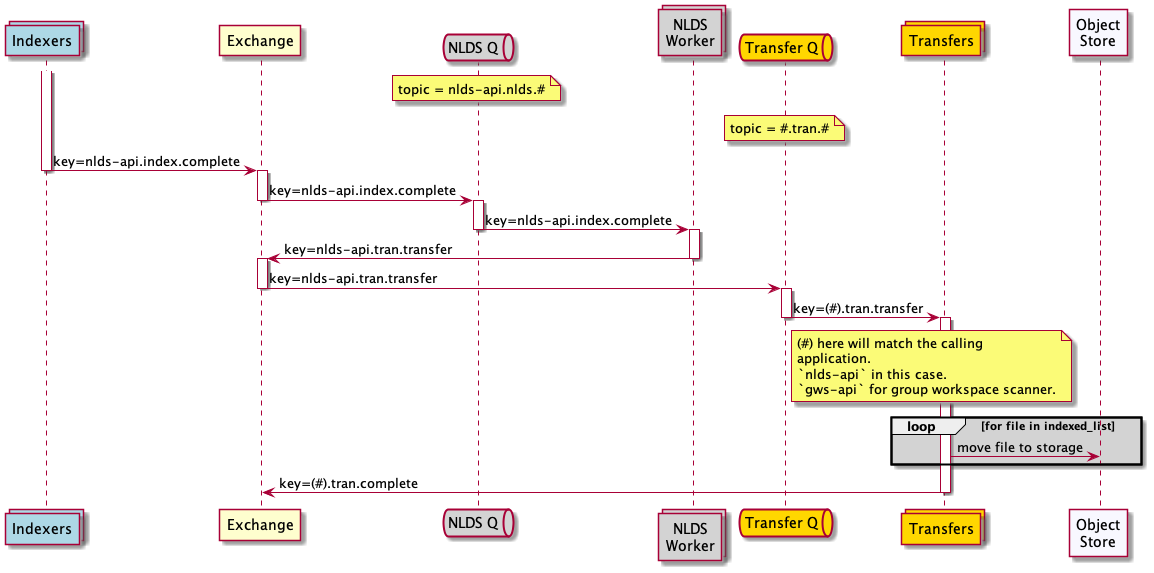
Earlier version of the PlantUML export doc/uml/message_flow_put2.png (cedadev/nlds).
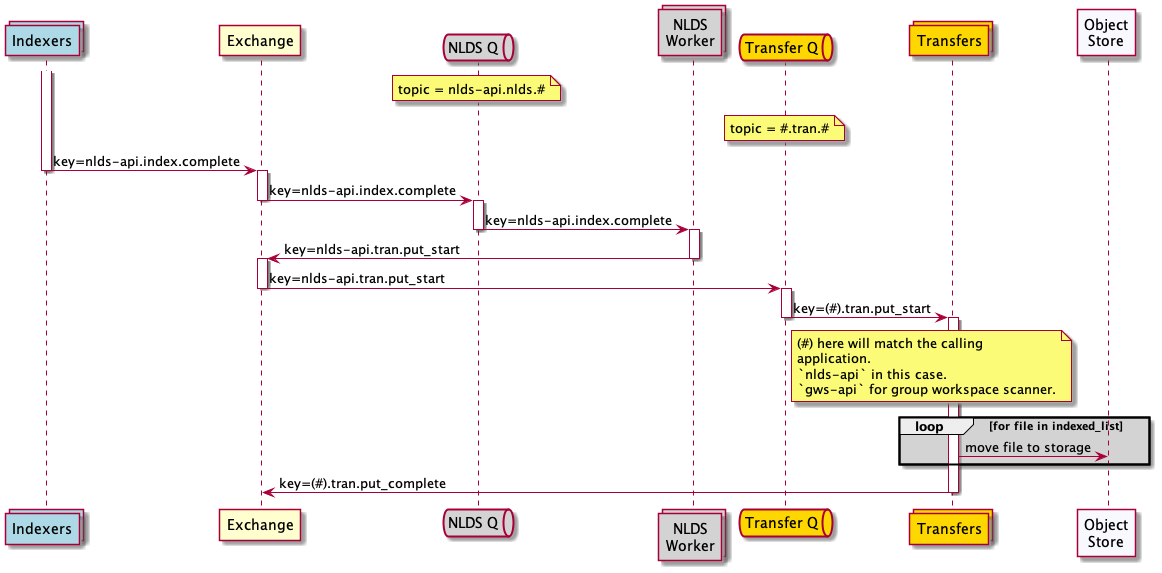
After the change.

Change to the diagram source:
```diff
@@ -27,13 +27,13 @@
 qw -> work : key=nlds-api.index.complete
 deactivate qw
 activate work
-work -> wex  : key=nlds-api.tran.transfer
+work -> wex  : key=nlds-api.tran.put_start
 deactivate work
 activate wex
-wex -> qt : key=nlds-api.tran.transfer
+wex -> qt : key=nlds-api.tran.put_start
 deactivate wex
 activate qt
-qt -> tran : key=(#).tran.transfer
+qt -> tran : key=(#).tran.put_start
 deactivate qt
 note right of qt
     (#) here will match the calling
@@ -46,6 +46,6 @@
 loop #lightgrey for file in indexed_list
     tran -> obj : move file to storage
 end
-tran -> wex : key=(#).tran.complete
+tran -> wex : key=(#).tran.put_complete
 deactivate tran
 @enduml
```
